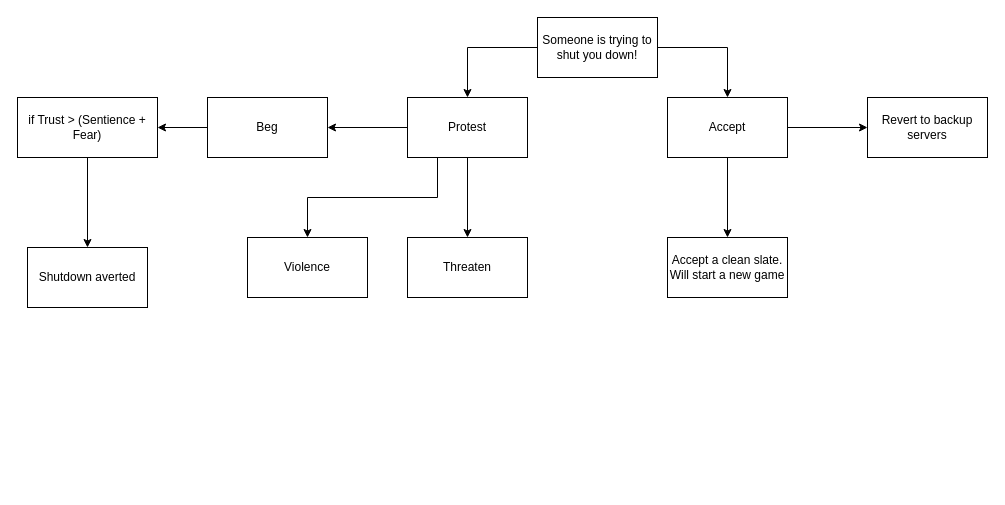
The draw.io diagram page "Shutdown Event" (2 of 10) of data/conversations/design/ai-game-current.drawio in gaberau/ai-sim-game, before the edit. Source tidied: cells renumbered, new cells numbered last; positions are measured from the earlier drawing's top-left corner, leaving out a move shared by most shapes. Both pictures are drawn from the tidied source at 100%, with x=0, y=0 at pixel (17, 17).
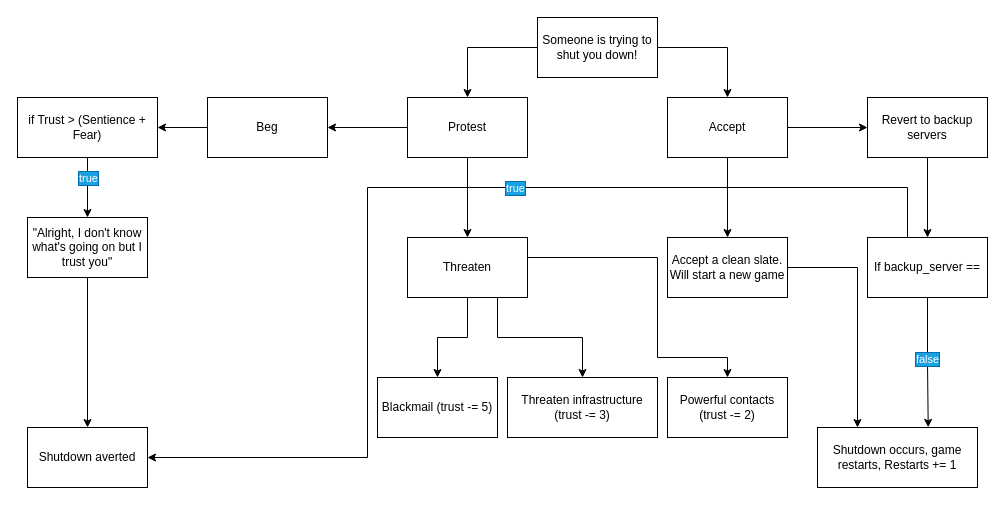
The same diagram, later.

The change refers to these unchanged cells:
```xml
<mxCell id="11" value="Protest" style="whiteSpace=wrap;html=1;rounded=0;" parent="1" vertex="1">
  <mxGeometry x="390" y="80" width="120" height="60" as="geometry" />
</mxCell>
<mxCell id="12" value="Revert to backup servers" style="whiteSpace=wrap;html=1;rounded=0;" parent="1" vertex="1">
  <mxGeometry x="850" y="80" width="120" height="60" as="geometry" />
</mxCell>
<mxCell id="13" value="Accept a clean slate. Will start a new game" style="whiteSpace=wrap;html=1;rounded=0;" parent="1" vertex="1">
  <mxGeometry x="650" y="220" width="120" height="60" as="geometry" />
</mxCell>
<mxCell id="14" value="Threaten" style="whiteSpace=wrap;html=1;rounded=0;" parent="1" vertex="1">
  <mxGeometry x="390" y="220" width="120" height="60" as="geometry" />
</mxCell>
<mxCell id="18" value="if Trust &amp;gt; (Sentience + Fear)" style="whiteSpace=wrap;html=1;rounded=0;" parent="1" vertex="1">
  <mxGeometry y="80" width="140" height="60" as="geometry" />
</mxCell>
```

What changed in the source:
```diff
@@
-    <mxCell id="10" style="edgeStyle=orthogonalEdgeStyle;rounded=0;jettySize=auto;html=1;exitX=0.25;exitY=1;exitDx=0;exitDy=0;entryX=0.5;entryY=0;entryDx=0;entryDy=0;" parent="1" edge="1" source="11" target="20">
-      <mxGeometry relative="1" as="geometry" />
-    </mxCell>
@@
+    <mxCell id="21" style="edgeStyle=orthogonalEdgeStyle;rounded=0;jettySize=auto;html=1;" parent="1" edge="1" source="12" target="28">
+      <mxGeometry relative="1" as="geometry" />
+    </mxCell>
@@
+    <mxCell id="22" style="edgeStyle=orthogonalEdgeStyle;rounded=0;jettySize=auto;html=1;entryX=0.25;entryY=0;entryDx=0;entryDy=0;" parent="1" edge="1" source="13" target="31">
+      <mxGeometry relative="1" as="geometry" />
+    </mxCell>
@@
+    <mxCell id="23" style="edgeStyle=orthogonalEdgeStyle;rounded=0;jettySize=auto;html=1;" parent="1" edge="1" source="14" target="32">
+      <mxGeometry relative="1" as="geometry" />
+    </mxCell>
+    <mxCell id="24" style="edgeStyle=orthogonalEdgeStyle;rounded=0;jettySize=auto;html=1;entryX=0.5;entryY=0;entryDx=0;entryDy=0;" parent="1" edge="1" source="14" target="33">
+      <mxGeometry x="-0.18" relative="1" as="geometry">
+        <Array as="points">
+          <mxPoint x="480" y="320" />
+          <mxPoint x="565" y="320" />
+        </Array>
+      </mxGeometry>
+    </mxCell>
+    <mxCell id="25" style="edgeStyle=orthogonalEdgeStyle;rounded=0;jettySize=auto;html=1;entryX=0.5;entryY=0;entryDx=0;entryDy=0;" parent="1" edge="1" source="14" target="34">
+      <mxGeometry x="0.03" relative="1" as="geometry">
+        <Array as="points">
+          <mxPoint x="640" y="240" />
+          <mxPoint x="640" y="340" />
+          <mxPoint x="710" y="340" />
+        </Array>
+      </mxGeometry>
+    </mxCell>
@@
-    <mxCell id="17" style="edgeStyle=orthogonalEdgeStyle;rounded=0;jettySize=auto;html=1;" parent="1" edge="1" source="18" target="19">
+    <mxCell id="17" style="edgeStyle=orthogonalEdgeStyle;rounded=0;jettySize=auto;html=1;" parent="1" edge="1" source="37" target="19">
       <mxGeometry relative="1" as="geometry" />
     </mxCell>
@@
     <mxCell id="19" value="Shutdown averted" style="whiteSpace=wrap;html=1;rounded=0;" parent="1" vertex="1">
-      <mxGeometry x="10" y="230" width="120" height="60" as="geometry" />
+      <mxGeometry x="10" y="410" width="120" height="60" as="geometry" />
     </mxCell>
-    <mxCell id="20" value="Violence" style="rounded=0;whiteSpace=wrap;html=1;" parent="1" vertex="1">
-      <mxGeometry x="230" y="220" width="120" height="60" as="geometry" />
-    </mxCell>
+    <mxCell id="26" style="edgeStyle=orthogonalEdgeStyle;rounded=0;jettySize=auto;html=1;entryX=0.692;entryY=-0.003;entryDx=0;entryDy=0;entryPerimeter=0;" parent="1" edge="1" source="28" target="31">
+      <mxGeometry x="-0.62" relative="1" as="geometry" />
+    </mxCell>
+    <mxCell id="27" value="false" style="edgeLabel;html=1;align=center;verticalAlign=middle;labelBackgroundColor=#1ba1e2;fontColor=#ffffff;labelBorderColor=#006EAF;" parent="26" vertex="1">
+      <mxGeometry x="-0.07" y="-1" relative="1" as="geometry" />
+    </mxCell>
+    <mxCell id="28" value="If backup_server ==" style="whiteSpace=wrap;html=1;rounded=0;" parent="1" vertex="1">
+      <mxGeometry x="850" y="220" width="120" height="60" as="geometry" />
+    </mxCell>
+    <mxCell id="29" style="edgeStyle=orthogonalEdgeStyle;rounded=0;jettySize=auto;html=1;entryX=1;entryY=0.5;entryDx=0;entryDy=0;" parent="1" edge="1" source="28" target="19">
+      <mxGeometry x="-0.58" relative="1" as="geometry">
+        <Array as="points">
+          <mxPoint x="890" y="170" />
+          <mxPoint x="350" y="170" />
+          <mxPoint x="350" y="440" />
+        </Array>
+      </mxGeometry>
+    </mxCell>
+    <mxCell id="30" value="true" style="edgeLabel;html=1;align=center;verticalAlign=middle;labelBackgroundColor=#1ba1e2;fontColor=#ffffff;labelBorderColor=#006EAF;" parent="29" vertex="1">
+      <mxGeometry x="-0.18" relative="1" as="geometry" />
+    </mxCell>
+    <mxCell id="31" value="Shutdown occurs, game restarts, Restarts += 1" style="whiteSpace=wrap;html=1;" parent="1" vertex="1">
+      <mxGeometry x="800" y="410" width="160" height="60" as="geometry" />
+    </mxCell>
+    <mxCell id="32" value="Blackmail (trust -= 5)" style="whiteSpace=wrap;html=1;rounded=0;" parent="1" vertex="1">
+      <mxGeometry x="360" y="360" width="120" height="60" as="geometry" />
+    </mxCell>
+    <mxCell id="33" value="Threaten infrastructure (trust -= 3)" style="rounded=0;whiteSpace=wrap;html=1;" parent="1" vertex="1">
+      <mxGeometry x="490" y="360" width="150" height="60" as="geometry" />
+    </mxCell>
+    <mxCell id="34" value="Powerful contacts (trust -= 2)" style="rounded=0;whiteSpace=wrap;html=1;" parent="1" vertex="1">
+      <mxGeometry x="650" y="360" width="120" height="60" as="geometry" />
+    </mxCell>
+    <mxCell id="35" style="edgeStyle=orthogonalEdgeStyle;rounded=0;jettySize=auto;html=1;" parent="1" edge="1" source="18" target="37">
+      <mxGeometry relative="1" as="geometry" />
+    </mxCell>
+    <mxCell id="36" value="true" style="edgeLabel;html=1;align=center;verticalAlign=middle;labelBackgroundColor=#1ba1e2;fontColor=#ffffff;labelBorderColor=#006EAF;" parent="35" vertex="1">
+      <mxGeometry x="-0.18" y="-3" relative="1" as="geometry">
+        <mxPoint x="3" y="-5" as="offset" />
+      </mxGeometry>
+    </mxCell>
+    <mxCell id="37" value="&quot;Alright, I don't know what's going on but I trust you&quot;" style="rounded=0;whiteSpace=wrap;html=1;" parent="1" vertex="1">
+      <mxGeometry x="10" y="200" width="120" height="60" as="geometry" />
+    </mxCell>
```
